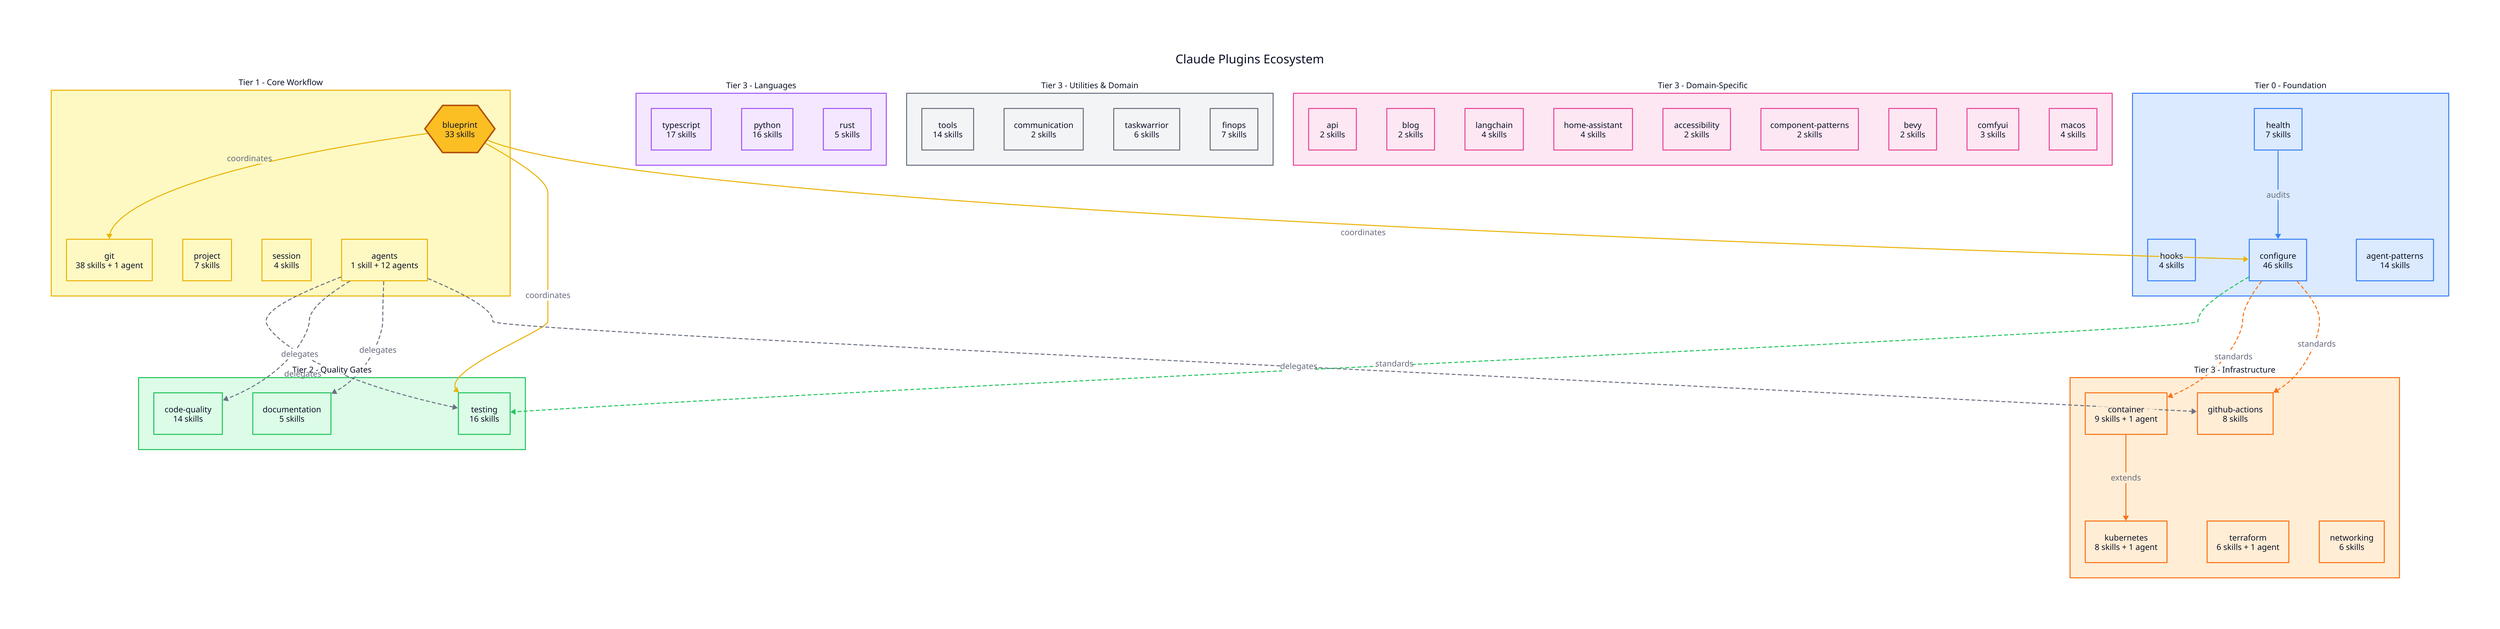
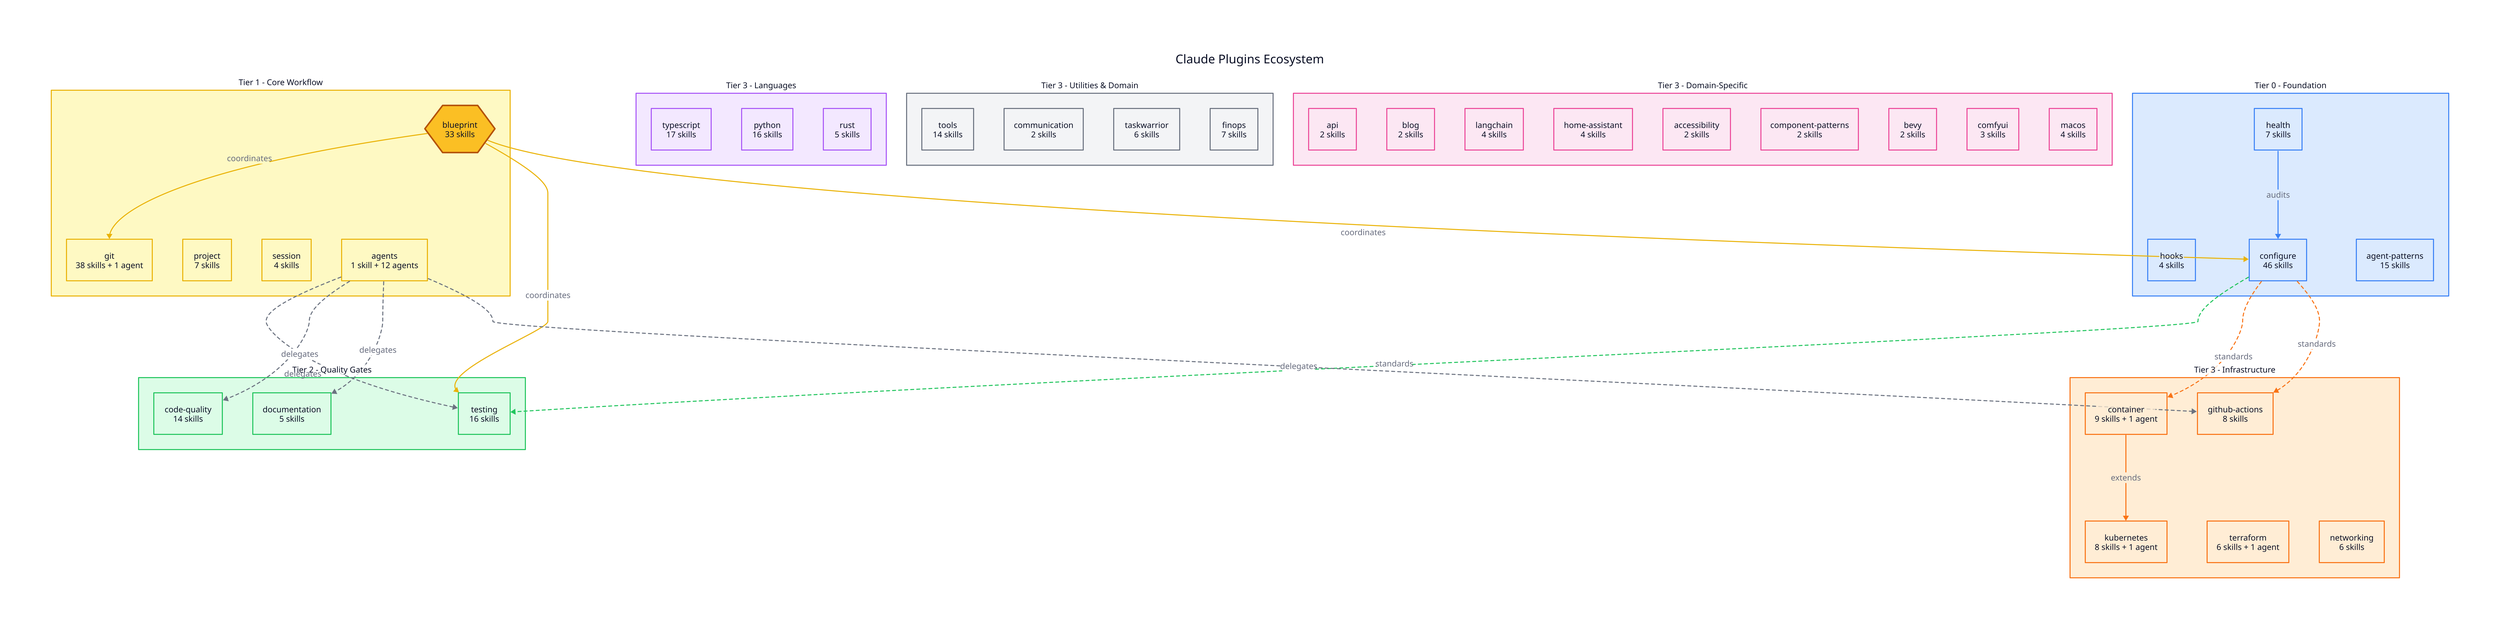
direction: down

title: "Claude Plugins Ecosystem" {
  near: top-center
  shape: text
  style: {
    font-size: 24
    bold: true
  }
}

# === CLASSES ===
classes: {
  foundation: {
    style.fill: "#dbeafe"
    style.stroke: "#3b82f6"
  }
  core: {
    style.fill: "#fef9c3"
    style.stroke: "#eab308"
  }
  quality: {
    style.fill: "#dcfce7"
    style.stroke: "#22c55e"
  }
  language: {
    style.fill: "#f3e8ff"
    style.stroke: "#a855f7"
  }
  infra: {
    style.fill: "#ffedd5"
    style.stroke: "#f97316"
  }
  utility: {
    style.fill: "#f3f4f6"
    style.stroke: "#6b7280"
  }
  domain: {
    style.fill: "#fce7f3"
    style.stroke: "#ec4899"
  }
}

# === TIER 0: FOUNDATION ===
foundation: {
  label: "Tier 0 - Foundation"
  class: foundation
  style.font-size: 16
  style.bold: true

  health: {
    label: "health\n7 skills"
    shape: rectangle
    class: foundation
  }
  hooks: {
    label: "hooks\n4 skills"
    shape: rectangle
    class: foundation
  }
  configure: {
    label: "configure\n46 skills"
    shape: rectangle
    class: foundation
  }
  agent-patterns: {
-     label: "agent-patterns\n14 skills"
+     label: "agent-patterns\n15 skills"
    shape: rectangle
    class: foundation
  }
}

# === TIER 1: CORE WORKFLOW ===
core: {
  label: "Tier 1 - Core Workflow"
  class: core
  style.font-size: 16
  style.bold: true

  blueprint: {
    label: "blueprint\n33 skills"
    shape: hexagon
    style.fill: "#fbbf24"
    style.stroke: "#b45309"
    style.stroke-width: 3
  }
  git: {
    label: "git\n38 skills + 1 agent"
    shape: rectangle
    class: core
  }
  project: {
    label: "project\n7 skills"
    shape: rectangle
    class: core
  }
  session: {
    label: "session\n4 skills"
    shape: rectangle
    class: core
  }
  agents: {
    label: "agents\n1 skill + 12 agents"
    shape: rectangle
    class: core
  }
}

# === TIER 2: QUALITY GATES ===
quality: {
  label: "Tier 2 - Quality Gates"
  class: quality
  style.font-size: 16
  style.bold: true

  testing: {
    label: "testing\n16 skills"
    shape: rectangle
    class: quality
  }
  code-quality: {
    label: "code-quality\n14 skills"
    shape: rectangle
    class: quality
  }
  documentation: {
    label: "documentation\n5 skills"
    shape: rectangle
    class: quality
  }
}

# === TIER 3: LANGUAGE ===
language: {
  label: "Tier 3 - Languages"
  class: language
  style.font-size: 16
  style.bold: true

  typescript: {
    label: "typescript\n17 skills"
    shape: rectangle
    class: language
  }
  python: {
    label: "python\n16 skills"
    shape: rectangle
    class: language
  }
  rust: {
    label: "rust\n5 skills"
    shape: rectangle
    class: language
  }
}

# === TIER 3: INFRASTRUCTURE ===
infra: {
  label: "Tier 3 - Infrastructure"
  class: infra
  style.font-size: 16
  style.bold: true

  container: {
    label: "container\n9 skills + 1 agent"
    shape: rectangle
    class: infra
  }
  kubernetes: {
    label: "kubernetes\n8 skills + 1 agent"
    shape: rectangle
    class: infra
  }
  terraform: {
    label: "terraform\n6 skills + 1 agent"
    shape: rectangle
    class: infra
  }
  github-actions: {
    label: "github-actions\n8 skills"
    shape: rectangle
    class: infra
  }
  networking: {
    label: "networking\n6 skills"
    shape: rectangle
    class: infra
  }
}

# === TIER 3: UTILITIES & DOMAIN ===
utilities: {
  label: "Tier 3 - Utilities & Domain"
  class: utility
  style.font-size: 16
  style.bold: true

  tools: {
    label: "tools\n14 skills"
    shape: rectangle
    class: utility
  }
  communication: {
    label: "communication\n2 skills"
    shape: rectangle
    class: utility
  }
  taskwarrior: {
    label: "taskwarrior\n6 skills"
    shape: rectangle
    class: utility
  }
  finops: {
    label: "finops\n7 skills"
    shape: rectangle
    class: utility
  }
}

domain: {
  label: "Tier 3 - Domain-Specific"
  class: domain
  style.font-size: 16
  style.bold: true

  api: {
    label: "api\n2 skills"
    shape: rectangle
    class: domain
  }
  blog: {
    label: "blog\n2 skills"
    shape: rectangle
    class: domain
  }
  langchain: {
    label: "langchain\n4 skills"
    shape: rectangle
    class: domain
  }
  home-assistant: {
    label: "home-assistant\n4 skills"
    shape: rectangle
    class: domain
  }
  accessibility: {
    label: "accessibility\n2 skills"
    shape: rectangle
    class: domain
  }
  component-patterns: {
    label: "component-patterns\n2 skills"
    shape: rectangle
    class: domain
  }
  bevy: {
    label: "bevy\n2 skills"
    shape: rectangle
    class: domain
  }
  comfyui: {
    label: "comfyui\n3 skills"
    shape: rectangle
    class: domain
  }
  macos: {
    label: "macos\n4 skills"
    shape: rectangle
    class: domain
  }
}

# === RELATIONSHIPS ===

# Foundation flows
foundation.health -> foundation.configure: "audits" {
  style.stroke: "#3b82f6"
}

# Configure provides standards for
foundation.configure -> quality.testing: "standards" {
  style.stroke: "#22c55e"
  style.stroke-dash: 3
}
foundation.configure -> infra.container: "standards" {
  style.stroke: "#f97316"
  style.stroke-dash: 3
}
foundation.configure -> infra.github-actions: "standards" {
  style.stroke: "#f97316"
  style.stroke-dash: 3
}

# Blueprint coordinates
core.blueprint -> core.git: "coordinates" {
  style.stroke: "#eab308"
}
core.blueprint -> quality.testing: "coordinates" {
  style.stroke: "#eab308"
}
core.blueprint -> foundation.configure: "coordinates" {
  style.stroke: "#eab308"
}

# Agents delegate to
core.agents -> quality.testing: "delegates" {
  style.stroke: "#6b7280"
  style.stroke-dash: 3
}
core.agents -> quality.code-quality: "delegates" {
  style.stroke: "#6b7280"
  style.stroke-dash: 3
}
core.agents -> quality.documentation: "delegates" {
  style.stroke: "#6b7280"
  style.stroke-dash: 3
}
core.agents -> infra.github-actions: "delegates" {
  style.stroke: "#6b7280"
  style.stroke-dash: 3
}

# Infrastructure extends
infra.container -> infra.kubernetes: "extends" {
  style.stroke: "#f97316"
}
